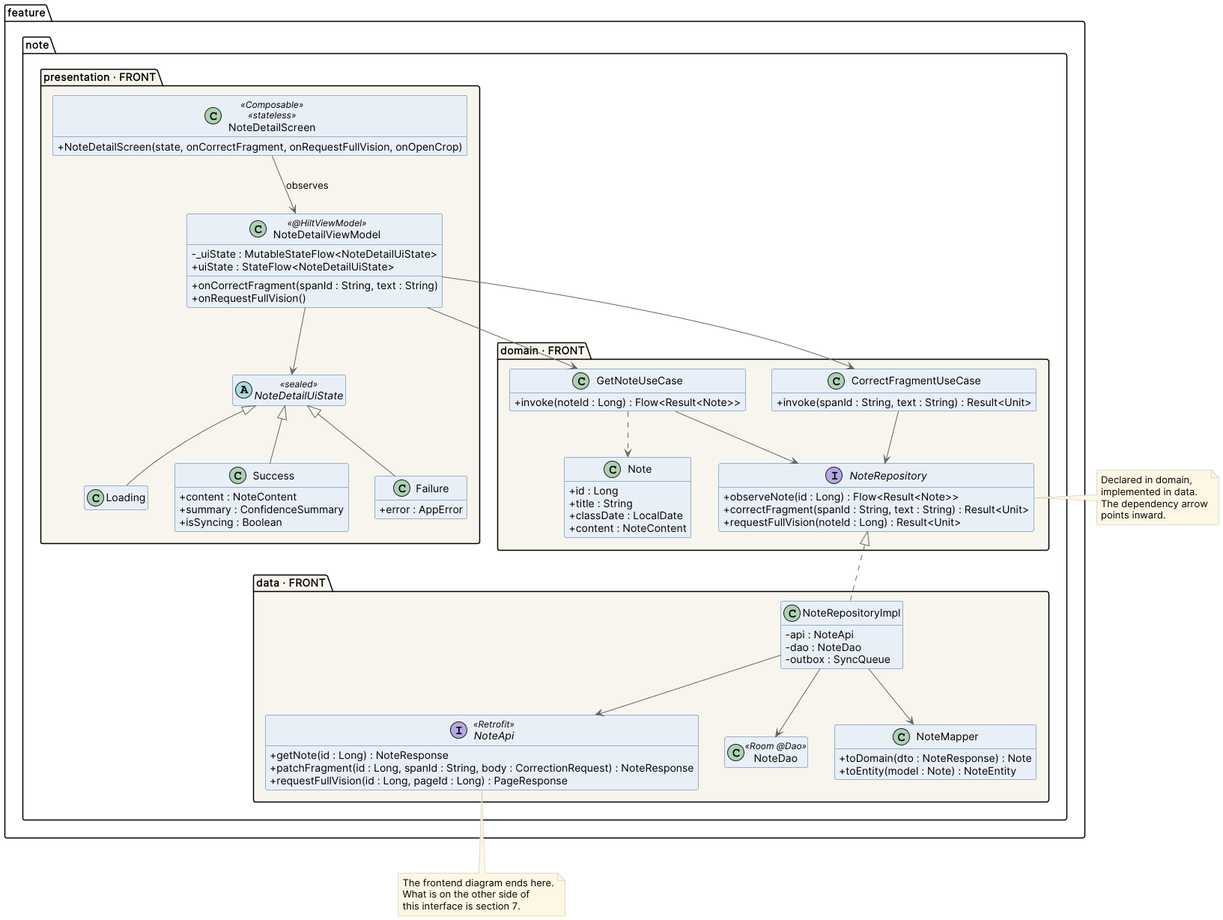
Earlier version of the PlantUML export docs/images/07_front_mvvm_slice.png (Bloodiewormer/Proyecto-Plataformas-Moviles).
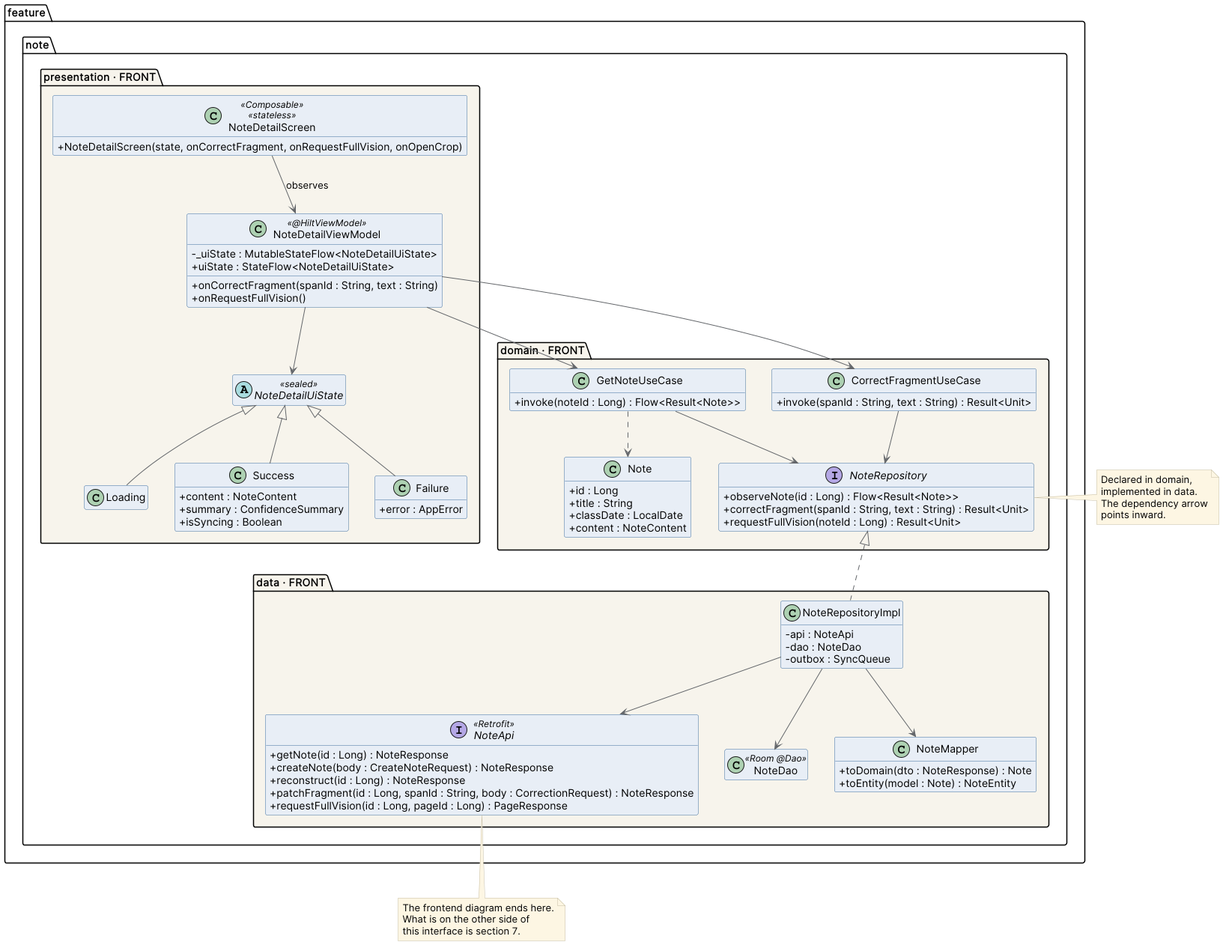
The same file after the commit.

The edit, as a diff of the source:
```diff
@@ -62,6 +62,8 @@
   }
   interface NoteApi <<Retrofit>> {
     + getNote(id : Long) : NoteResponse
+    + createNote(body : CreateNoteRequest) : NoteResponse
+    + reconstruct(id : Long) : NoteResponse
     + patchFragment(id : Long, spanId : String, body : CorrectionRequest) : NoteResponse
     + requestFullVision(id : Long, pageId : Long) : PageResponse
   }
```
